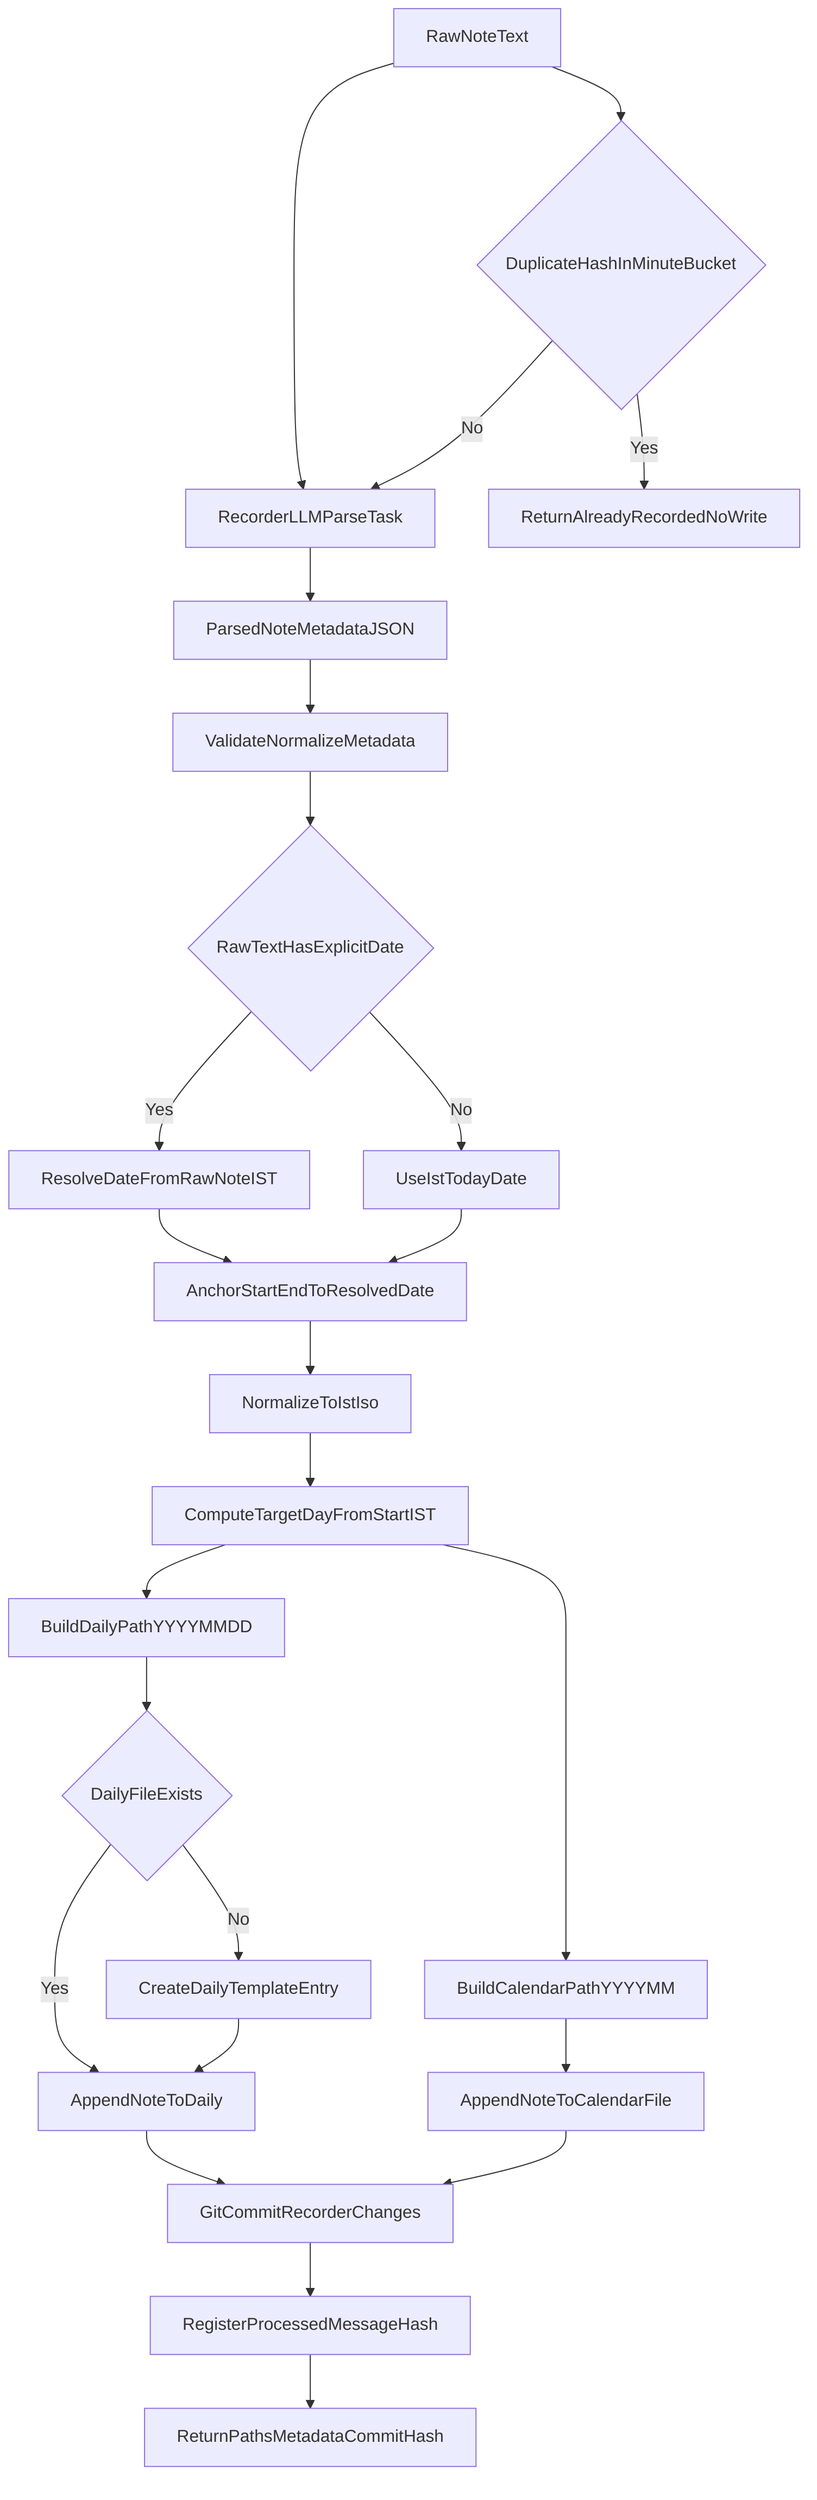
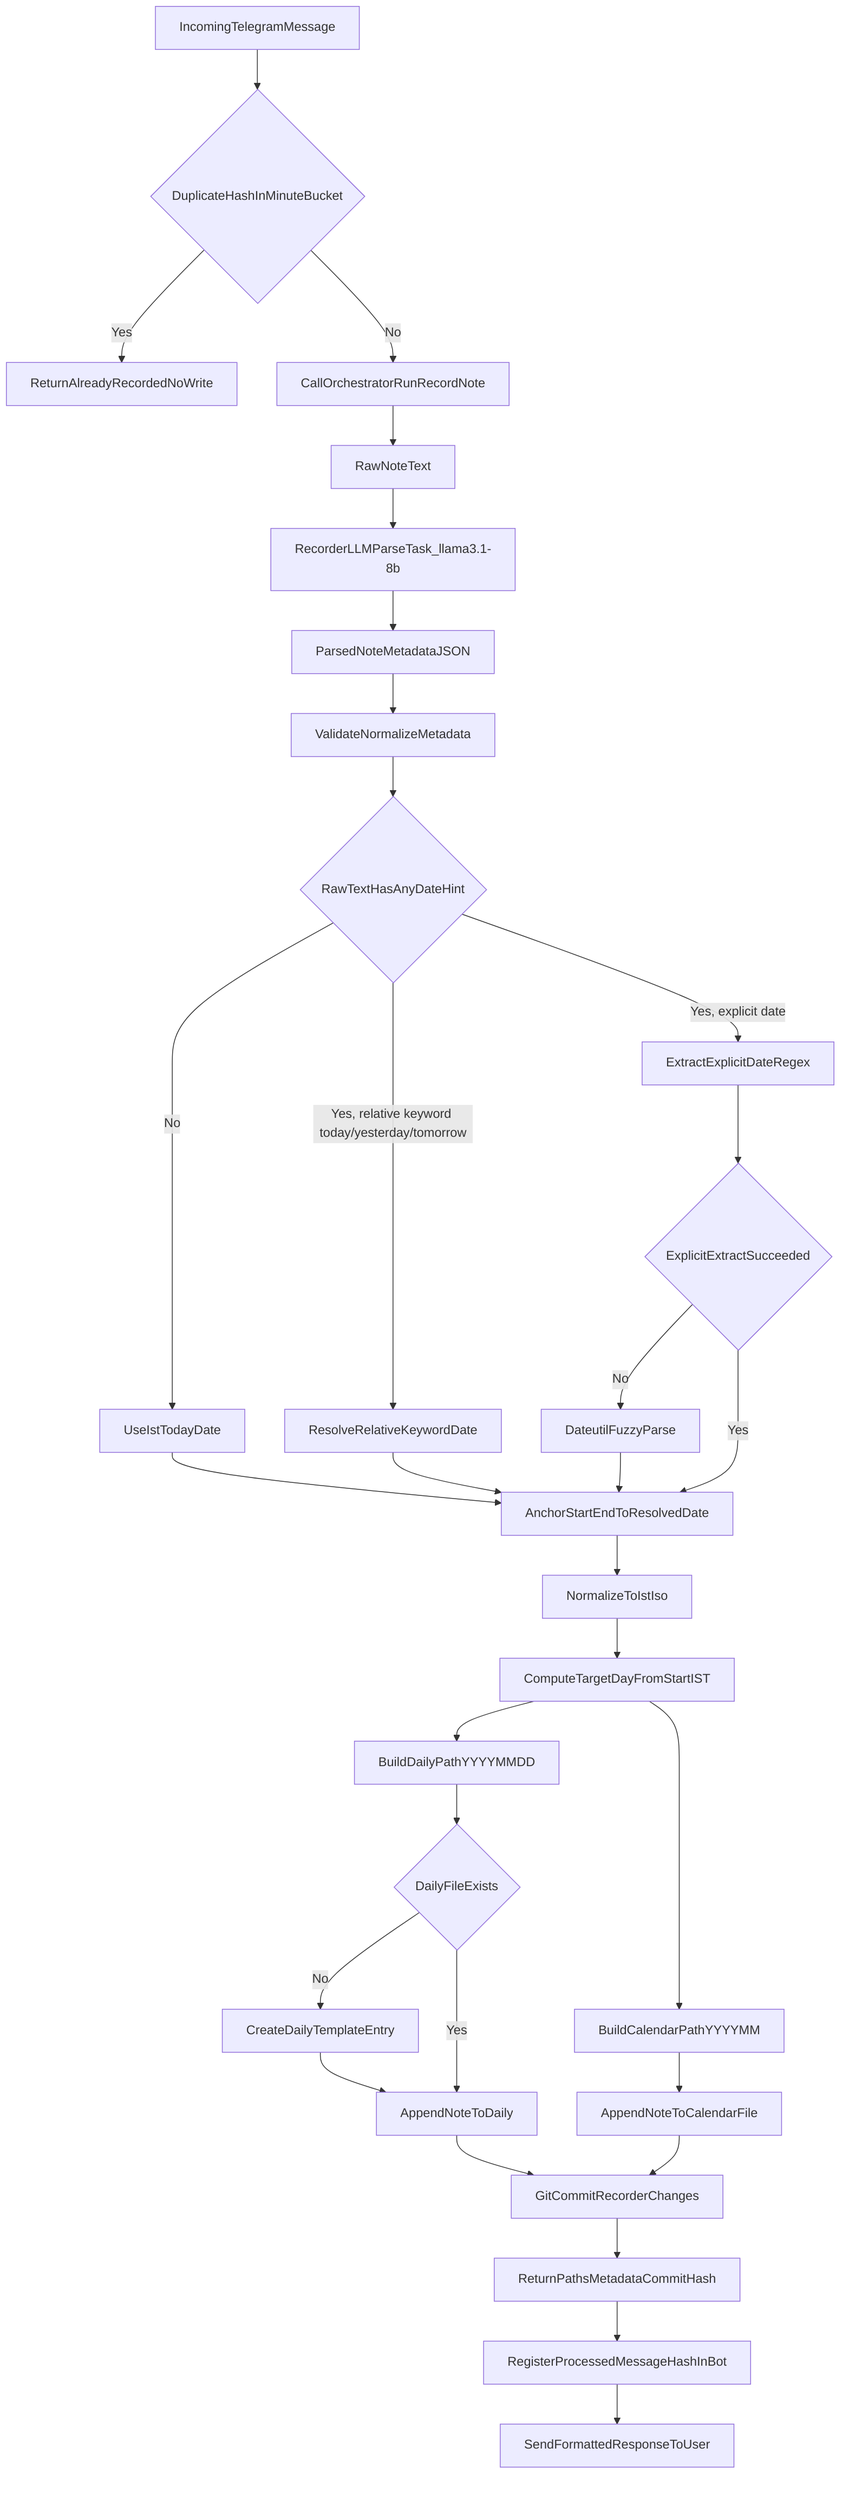
flowchart TD
-   input[RawNoteText] --> parseTask[RecorderLLMParseTask]
-   input --> dupCheck{DuplicateHashInMinuteBucket}
+   tgMsg[IncomingTelegramMessage] --> dupCheck{DuplicateHashInMinuteBucket}
  dupCheck -->|Yes| skip[ReturnAlreadyRecordedNoWrite]
-   dupCheck -->|No| parseTask
+   dupCheck -->|No| callOrchestrator[CallOrchestratorRunRecordNote]
+ 
+   callOrchestrator --> input[RawNoteText]
+   input --> parseTask[RecorderLLMParseTask_llama3.1-8b]
  parseTask --> parsed[ParsedNoteMetadataJSON]
  parsed --> validate[ValidateNormalizeMetadata]
-   validate --> hasDate{RawTextHasExplicitDate}

-   hasDate -->|Yes| resolveDate[ResolveDateFromRawNoteIST]
+   validate --> hasDate{RawTextHasAnyDateHint}
+ 
  hasDate -->|No| useToday[UseIstTodayDate]
-   resolveDate --> anchor[AnchorStartEndToResolvedDate]
-   useToday --> anchor
+   hasDate -->|Yes, relative keyword today/yesterday/tomorrow| useRelative[ResolveRelativeKeywordDate]
+   hasDate -->|Yes, explicit date| resolveExplicit[ExtractExplicitDateRegex]
+   resolveExplicit --> dateutilFallback{ExplicitExtractSucceeded}
+   dateutilFallback -->|No| dateutilParse[DateutilFuzzyParse]
+   dateutilFallback -->|Yes| anchor
+ 
+   useToday --> anchor[AnchorStartEndToResolvedDate]
+   useRelative --> anchor
+   dateutilParse --> anchor

  anchor --> normalize[NormalizeToIstIso]
  normalize --> targetDay[ComputeTargetDayFromStartIST]
  targetDay --> dailyPath[BuildDailyPathYYYYMMDD]
  targetDay --> calPath[BuildCalendarPathYYYYMM]

  dailyPath --> ensureDaily{DailyFileExists}
  ensureDaily -->|No| createDaily[CreateDailyTemplateEntry]
  ensureDaily -->|Yes| appendDaily[AppendNoteToDaily]
  createDaily --> appendDaily

  calPath --> appendCal[AppendNoteToCalendarFile]
  appendDaily --> commit[GitCommitRecorderChanges]
  appendCal --> commit
-   commit --> register[RegisterProcessedMessageHash]
-   register --> output[ReturnPathsMetadataCommitHash]
+   commit --> returnResult[ReturnPathsMetadataCommitHash]
+ 
+   returnResult --> register[RegisterProcessedMessageHashInBot]
+   register --> output[SendFormattedResponseToUser]
